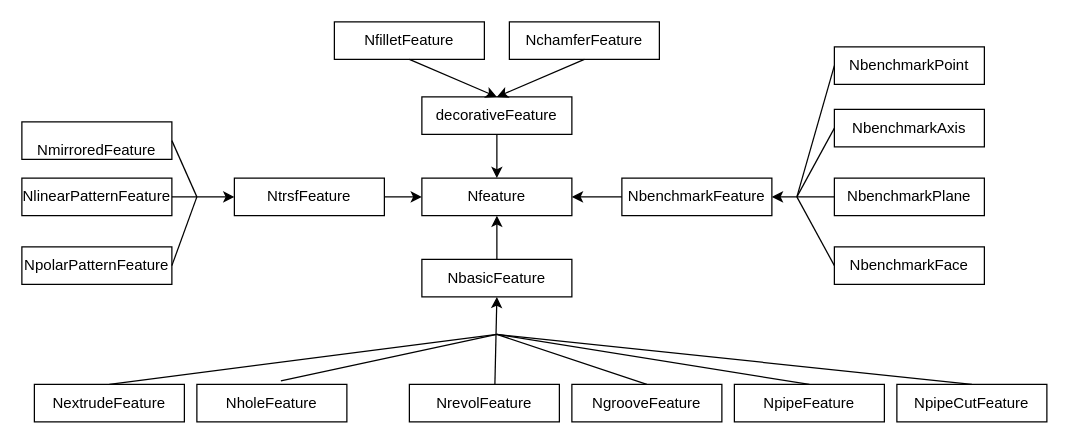
The draw.io diagram 类图简单版.drawio in liuhuliuhu123/First-test, before the edit. Source tidied: cells renumbered, new cells numbered last; positions are measured from the earlier drawing's top-left corner, leaving out a move shared by most shapes. Both pictures are drawn from the tidied source at 125%, with x=0, y=0 at pixel (21, 21).
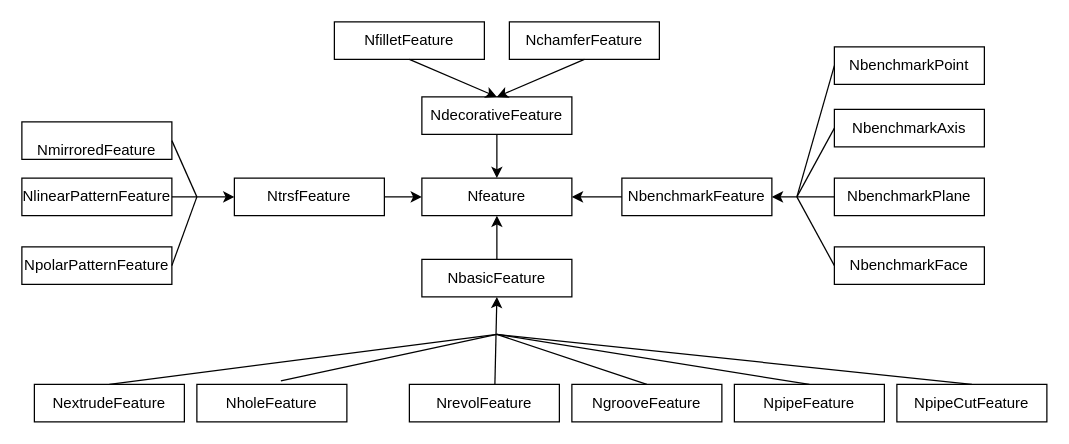
The same diagram, later.

Commit message:
更新类图简单版.drawio

Change to the diagram source:
```diff
@@
-    <mxCell id="22" value="decorativeFeature" style="rounded=0;whiteSpace=wrap;html=1;" parent="1" vertex="1">
+    <mxCell id="22" value="NdecorativeFeature" style="rounded=0;whiteSpace=wrap;html=1;" parent="1" vertex="1">
       <mxGeometry x="320" y="60" width="120" height="30" as="geometry" />
     </mxCell>
```
